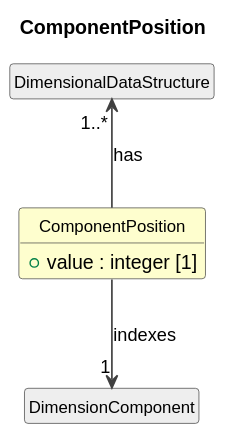
This is cdif-uml-model/_plantuml/cdifDataStructure/Classes/ComponentPosition.svg from Cross-Domain-Interoperability-Framework/metadataBuildingBlocks, a PlantUML export, as it was before one commit.
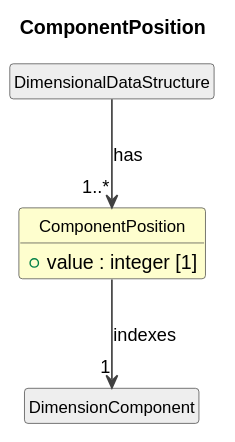
After the change.

The edit, as a diff of the source:
```diff
@@ -14,7 +14,7 @@
   +value : integer [1]
 }
 class "DimensionalDataStructure" as DimensionalDataStructure #EEEEEE
-DimensionalDataStructure "1..*" <-- ComponentPosition : has
+DimensionalDataStructure --> "1..*" ComponentPosition : has
 class "DimensionComponent" as DimensionComponent #EEEEEE
 ComponentPosition --> "1" DimensionComponent : indexes
 @enduml
```
